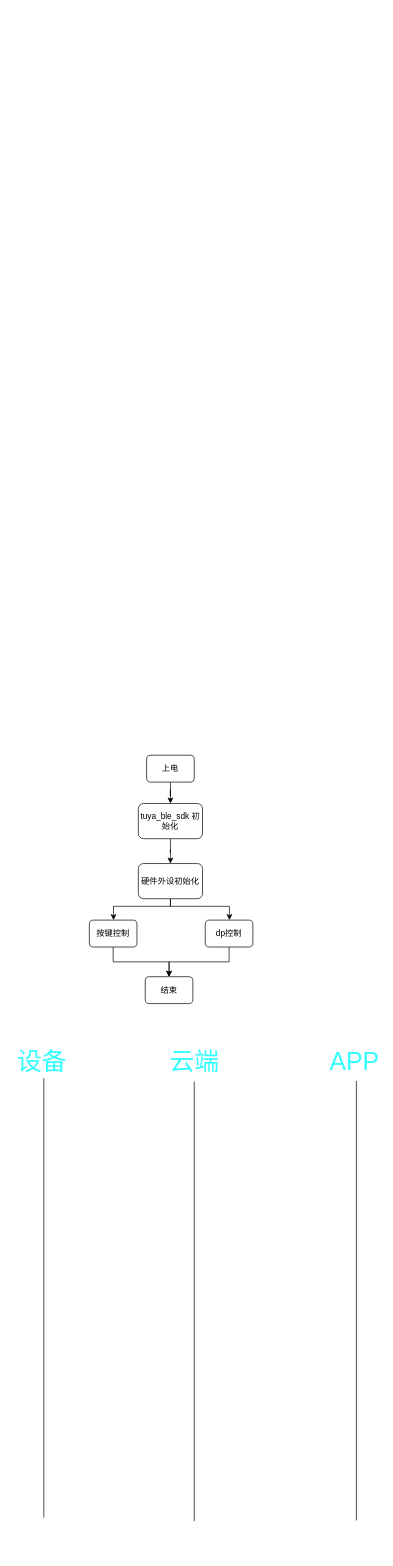
Before: power bank software.drawio in JeffYec/Jeff, a draw.io diagram. Source tidied: cells renumbered, new cells numbered last; positions are measured from the earlier drawing's top-left corner, leaving out a move shared by most shapes. Both pictures are drawn from the tidied source at 69%, with x=0, y=0 at pixel (14, 755).
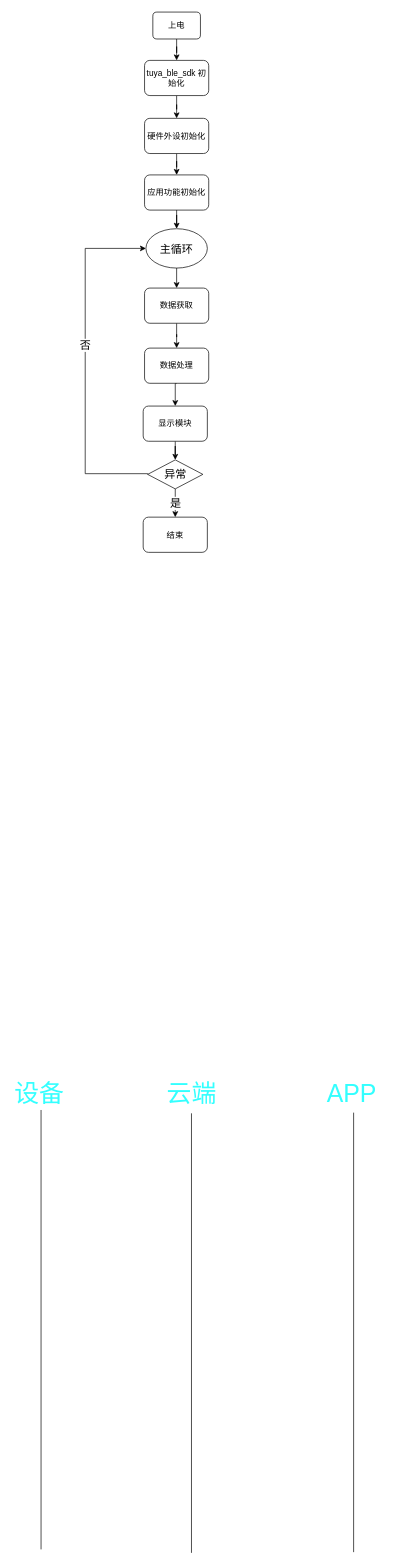
The same page after the edit.

The edit, as a diff of the source:
```diff
@@
     <mxCell id="3" value="上电" style="rounded=1;whiteSpace=wrap;html=1;" parent="1" vertex="1">
-      <mxGeometry x="191" width="69" height="39" as="geometry" />
+      <mxGeometry x="200" y="-1077" width="69" height="39" as="geometry" />
     </mxCell>
@@
     <mxCell id="5" value="tuya_ble_sdk 初始化" style="rounded=1;whiteSpace=wrap;html=1;" parent="1" vertex="1">
-      <mxGeometry x="179" y="70" width="93" height="51" as="geometry" />
+      <mxGeometry x="188" y="-1007" width="93" height="51" as="geometry" />
     </mxCell>
-    <mxCell id="6" style="edgeStyle=orthogonalEdgeStyle;rounded=0;jettySize=auto;html=1;exitX=0.5;exitY=1;exitDx=0;exitDy=0;" parent="1" edge="1" source="8" target="11">
-      <mxGeometry relative="1" as="geometry">
-        <Array as="points">
-          <mxPoint x="226" y="219" />
-          <mxPoint x="143" y="219" />
-        </Array>
-      </mxGeometry>
-    </mxCell>
-    <mxCell id="7" style="edgeStyle=orthogonalEdgeStyle;rounded=0;jettySize=auto;html=1;exitX=0.5;exitY=1;exitDx=0;exitDy=0;" parent="1" edge="1" source="8" target="13">
-      <mxGeometry relative="1" as="geometry">
-        <Array as="points">
-          <mxPoint x="226" y="219" />
-          <mxPoint x="311" y="219" />
-        </Array>
-      </mxGeometry>
-    </mxCell>
+    <mxCell id="20" style="edgeStyle=orthogonalEdgeStyle;rounded=0;jettySize=auto;html=1;fontSize=36;fontColor=#33FFFF;" parent="1" edge="1" source="8" target="22">
+      <mxGeometry relative="1" as="geometry" />
+    </mxCell>
     <mxCell id="8" value="硬件外设初始化" style="rounded=1;whiteSpace=wrap;html=1;" parent="1" vertex="1">
-      <mxGeometry x="179" y="157" width="93" height="51" as="geometry" />
+      <mxGeometry x="188" y="-923" width="93" height="51" as="geometry" />
     </mxCell>
-    <mxCell id="9" value="结束" style="rounded=1;whiteSpace=wrap;html=1;" parent="1" vertex="1">
-      <mxGeometry x="189" y="321" width="69" height="39" as="geometry" />
-    </mxCell>
-    <mxCell id="10" style="edgeStyle=orthogonalEdgeStyle;rounded=0;jettySize=auto;html=1;exitX=0.5;exitY=1;exitDx=0;exitDy=0;" parent="1" edge="1" source="11" target="9">
-      <mxGeometry relative="1" as="geometry" />
-    </mxCell>
-    <mxCell id="11" value="按键控制" style="rounded=1;whiteSpace=wrap;html=1;" parent="1" vertex="1">
-      <mxGeometry x="108" y="239" width="69" height="39" as="geometry" />
-    </mxCell>
-    <mxCell id="12" style="edgeStyle=orthogonalEdgeStyle;rounded=0;jettySize=auto;html=1;exitX=0.5;exitY=1;exitDx=0;exitDy=0;entryX=0.5;entryY=0;entryDx=0;entryDy=0;" parent="1" edge="1" source="13" target="9">
-      <mxGeometry relative="1" as="geometry" />
-    </mxCell>
-    <mxCell id="13" value="dp控制" style="rounded=1;whiteSpace=wrap;html=1;" parent="1" vertex="1">
-      <mxGeometry x="276" y="239" width="69" height="39" as="geometry" />
-    </mxCell>
     <mxCell id="14" style="endArrow=none;html=1;rounded=0;" parent="1" edge="1">
       <mxGeometry relative="1" as="geometry">
-        <mxPoint x="42" y="1105" as="sourcePoint" />
-        <mxPoint x="42" y="468" as="targetPoint" />
+        <mxPoint x="38" y="1151" as="sourcePoint" />
+        <mxPoint x="38" y="514" as="targetPoint" />
       </mxGeometry>
     </mxCell>
     <mxCell id="15" style="endArrow=none;html=1;rounded=0;" parent="1" edge="1">
       <mxGeometry relative="1" as="geometry">
-        <mxPoint x="260" y="1110" as="sourcePoint" />
-        <mxPoint x="260" y="473" as="targetPoint" />
+        <mxPoint x="256" y="1156" as="sourcePoint" />
+        <mxPoint x="256" y="519" as="targetPoint" />
       </mxGeometry>
     </mxCell>
     <mxCell id="16" style="endArrow=none;html=1;rounded=0;" parent="1" edge="1">
       <mxGeometry relative="1" as="geometry">
-        <mxPoint x="495" y="1109" as="sourcePoint" />
-        <mxPoint x="495" y="472" as="targetPoint" />
+        <mxPoint x="491" y="1155" as="sourcePoint" />
+        <mxPoint x="491" y="518" as="targetPoint" />
       </mxGeometry>
     </mxCell>
     <mxCell id="17" value="&lt;font style=&quot;font-size: 36px&quot; color=&quot;#33ffff&quot;&gt;设备&lt;/font&gt;" style="rounded=0;whiteSpace=wrap;html=1;strokeColor=none;" parent="1" vertex="1">
-      <mxGeometry y="419" width="79" height="49" as="geometry" />
+      <mxGeometry x="-4" y="465" width="79" height="49" as="geometry" />
     </mxCell>
     <mxCell id="18" value="&lt;font style=&quot;font-size: 36px&quot; color=&quot;#33ffff&quot;&gt;云端&lt;/font&gt;" style="rounded=0;whiteSpace=wrap;html=1;strokeColor=none;" parent="1" vertex="1">
-      <mxGeometry x="221" y="419" width="79" height="49" as="geometry" />
+      <mxGeometry x="217" y="465" width="79" height="49" as="geometry" />
     </mxCell>
     <mxCell id="19" value="&lt;span style=&quot;font-size: 36px&quot;&gt;&lt;font color=&quot;#33ffff&quot;&gt;APP&lt;/font&gt;&lt;/span&gt;" style="rounded=0;whiteSpace=wrap;html=1;strokeColor=none;" parent="1" vertex="1">
-      <mxGeometry x="453" y="419" width="79" height="49" as="geometry" />
+      <mxGeometry x="449" y="465" width="79" height="49" as="geometry" />
     </mxCell>
+    <mxCell id="21" style="edgeStyle=orthogonalEdgeStyle;rounded=0;jettySize=auto;html=1;fontSize=16;fontColor=#000000;" parent="1" edge="1" source="22" target="24">
+      <mxGeometry relative="1" as="geometry" />
+    </mxCell>
+    <mxCell id="22" value="应用功能初始化" style="rounded=1;whiteSpace=wrap;html=1;" parent="1" vertex="1">
+      <mxGeometry x="188" y="-841" width="93" height="51" as="geometry" />
+    </mxCell>
+    <mxCell id="23" style="edgeStyle=orthogonalEdgeStyle;rounded=0;jettySize=auto;html=1;exitX=0.5;exitY=1;exitDx=0;exitDy=0;entryX=0.5;entryY=0;entryDx=0;entryDy=0;fontSize=16;fontColor=#000000;" parent="1" edge="1" source="24" target="26">
+      <mxGeometry relative="1" as="geometry" />
+    </mxCell>
+    <mxCell id="24" value="&lt;font color=&quot;#000000&quot; style=&quot;font-size: 16px&quot;&gt;主循环&lt;/font&gt;" style="ellipse;whiteSpace=wrap;html=1;rounded=0;shadow=0;glass=0;sketch=0;fontSize=12;fontColor=#33FFFF;" parent="1" vertex="1">
+      <mxGeometry x="190" y="-763" width="89" height="57" as="geometry" />
+    </mxCell>
+    <mxCell id="25" style="edgeStyle=orthogonalEdgeStyle;rounded=0;jettySize=auto;html=1;exitX=0.5;exitY=1;exitDx=0;exitDy=0;fontSize=16;fontColor=#000000;" parent="1" edge="1" source="26" target="28">
+      <mxGeometry relative="1" as="geometry" />
+    </mxCell>
+    <mxCell id="26" value="数据获取" style="rounded=1;whiteSpace=wrap;html=1;" parent="1" vertex="1">
+      <mxGeometry x="188" y="-677" width="93" height="51" as="geometry" />
+    </mxCell>
+    <mxCell id="27" style="edgeStyle=orthogonalEdgeStyle;rounded=0;jettySize=auto;html=1;exitX=0.5;exitY=1;exitDx=0;exitDy=0;entryX=0.5;entryY=0;entryDx=0;entryDy=0;fontSize=16;fontColor=#000000;" parent="1" edge="1" source="28" target="30">
+      <mxGeometry relative="1" as="geometry" />
+    </mxCell>
+    <mxCell id="28" value="数据处理" style="rounded=1;whiteSpace=wrap;html=1;" parent="1" vertex="1">
+      <mxGeometry x="188" y="-590" width="93" height="51" as="geometry" />
+    </mxCell>
+    <mxCell id="29" style="edgeStyle=orthogonalEdgeStyle;rounded=0;jettySize=auto;html=1;fontSize=16;fontColor=#000000;" parent="1" edge="1" source="30" target="34">
+      <mxGeometry relative="1" as="geometry" />
+    </mxCell>
+    <mxCell id="30" value="显示模块" style="rounded=1;whiteSpace=wrap;html=1;" parent="1" vertex="1">
+      <mxGeometry x="186" y="-506" width="93" height="51" as="geometry" />
+    </mxCell>
+    <mxCell id="31" value="是" style="edgeStyle=orthogonalEdgeStyle;rounded=0;jettySize=auto;html=1;fontSize=16;fontColor=#000000;" parent="1" edge="1" source="34" target="9">
+      <mxGeometry relative="1" as="geometry" />
+    </mxCell>
+    <mxCell id="32" style="edgeStyle=orthogonalEdgeStyle;rounded=0;jettySize=auto;html=1;exitX=0;exitY=0.5;exitDx=0;exitDy=0;entryX=0;entryY=0.5;entryDx=0;entryDy=0;fontSize=16;fontColor=#000000;" parent="1" edge="1" source="34" target="24">
+      <mxGeometry relative="1" as="geometry">
+        <Array as="points">
+          <mxPoint x="102" y="-408" />
+          <mxPoint x="102" y="-734" />
+        </Array>
+      </mxGeometry>
+    </mxCell>
+    <mxCell id="33" value="否" style="edgeLabel;html=1;align=center;verticalAlign=middle;fontSize=16;fontColor=#000000;" parent="32" vertex="1">
+      <mxGeometry x="0.1" y="1" relative="1" as="geometry" />
+    </mxCell>
+    <mxCell id="34" value="异常" style="rhombus;whiteSpace=wrap;html=1;rounded=0;shadow=0;glass=0;sketch=0;fontSize=16;fontColor=#000000;" parent="1" vertex="1">
+      <mxGeometry x="192.5" y="-428" width="80" height="42" as="geometry" />
+    </mxCell>
+    <mxCell id="9" value="结束" style="rounded=1;whiteSpace=wrap;html=1;" parent="1" vertex="1">
+      <mxGeometry x="186" y="-345" width="93" height="51" as="geometry" />
+    </mxCell>
```
